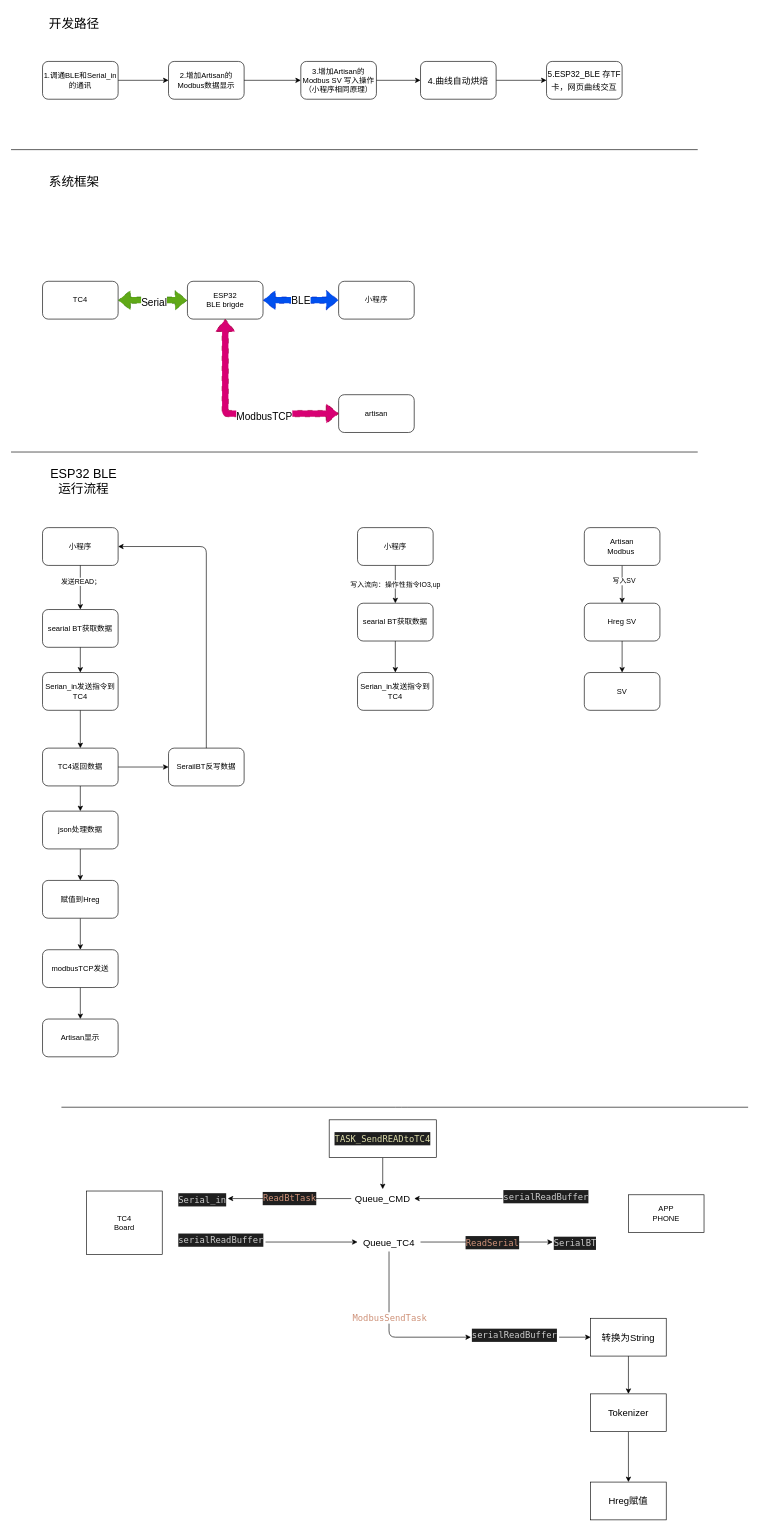
Before: src/flow.drawio in sakunamary/tc4-ble-brigde, a draw.io diagram. Source tidied: cells renumbered, new cells numbered last; positions are measured from the earlier drawing's top-left corner, leaving out a move shared by most shapes. Both pictures are drawn from the tidied source at 63%, with x=0, y=0 at pixel (11, 11).
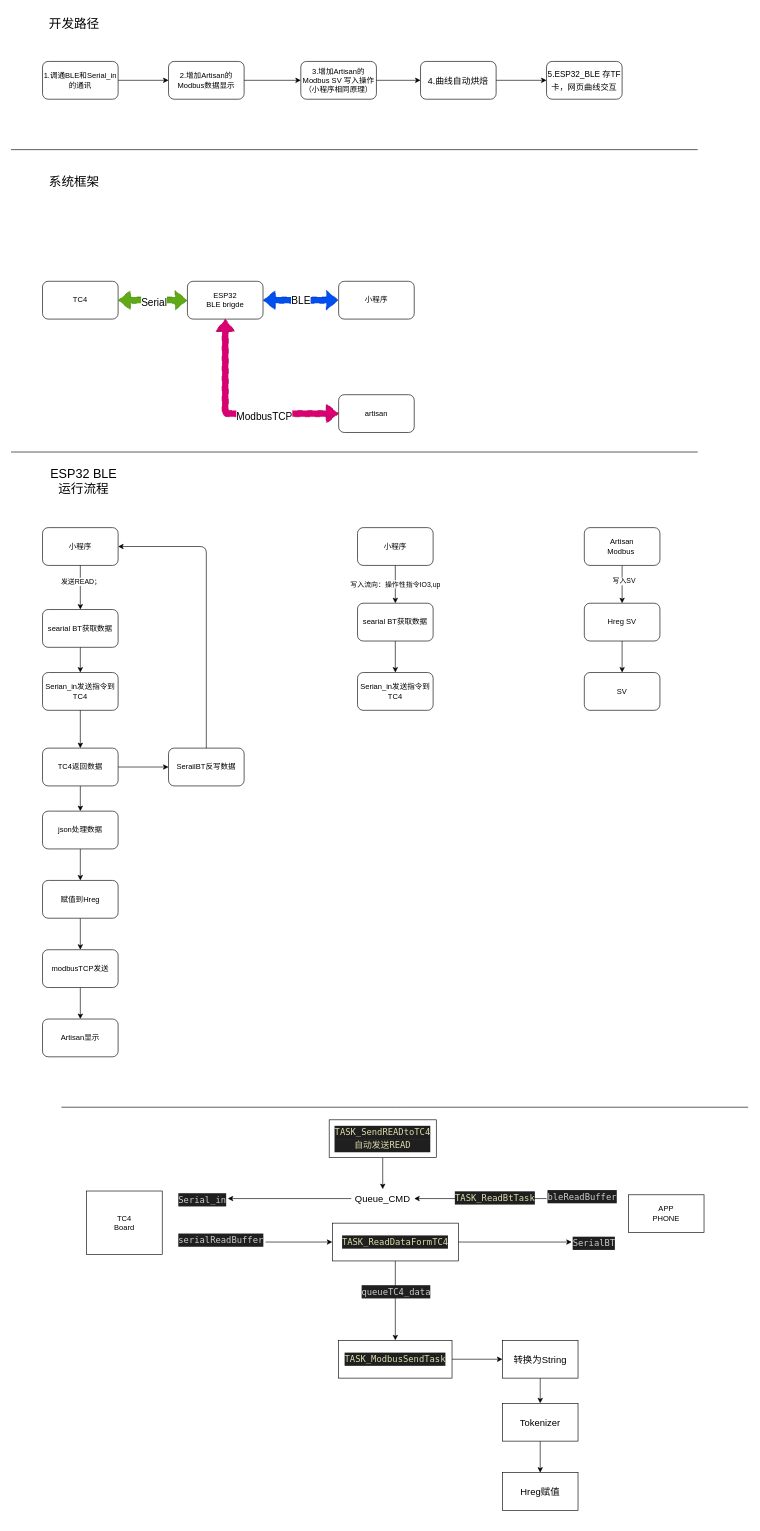
The same page after the edit.

Unchanged cells that the change refers to:
```xml
<mxCell id="61" value="&lt;div style=&quot;color: rgb(204, 204, 204); background-color: rgb(31, 31, 31); font-family: Menlo, Menlo, Menlo, Menlo, Monaco, &amp;quot;Courier New&amp;quot;, monospace; font-weight: normal; font-size: 14px; line-height: 21px;&quot;&gt;&lt;div&gt;&lt;span style=&quot;color: #cccccc;&quot;&gt;serialReadBuffer&lt;/span&gt;&lt;/div&gt;&lt;/div&gt;" style="text;whiteSpace=wrap;html=1;" parent="1" vertex="1">
  <mxGeometry x="264" y="1934" width="140" height="40" as="geometry" />
</mxCell>
<mxCell id="64" value="&lt;font style=&quot;font-size: 15px;&quot;&gt;Queue_CMD&lt;br&gt;&lt;/font&gt;" style="text;strokeColor=none;align=center;fillColor=none;html=1;verticalAlign=middle;whiteSpace=wrap;rounded=0;" parent="1" vertex="1">
  <mxGeometry x="540" y="1870" width="100" height="30" as="geometry" />
</mxCell>
<mxCell id="65" style="edgeStyle=none;html=1;entryX=1;entryY=0.5;entryDx=0;entryDy=0;fontSize=15;exitX=0;exitY=0.5;exitDx=0;exitDy=0;" parent="1" edge="1" source="66" target="64">
  <mxGeometry relative="1" as="geometry" />
</mxCell>
<mxCell id="67" value="&lt;div style=&quot;color: rgb(204, 204, 204); background-color: rgb(31, 31, 31); font-family: Menlo, Menlo, Menlo, Menlo, Monaco, &amp;quot;Courier New&amp;quot;, monospace; font-weight: normal; font-size: 14px; line-height: 21px;&quot;&gt;&lt;div&gt;&lt;span style=&quot;color: #cccccc;&quot;&gt;Serial_in&lt;/span&gt;&lt;/div&gt;&lt;/div&gt;" style="text;whiteSpace=wrap;html=1;" parent="1" vertex="1">
  <mxGeometry x="264" y="1870" width="80" height="30" as="geometry" />
</mxCell>
```

Change to the diagram source:
```diff
@@
-    <mxCell id="55" style="edgeStyle=none;html=1;exitX=1;exitY=0.5;exitDx=0;exitDy=0;fontSize=15;entryX=0;entryY=0.5;entryDx=0;entryDy=0;" parent="1" edge="1" source="59" target="62">
-      <mxGeometry relative="1" as="geometry" />
-    </mxCell>
-    <mxCell id="56" value="&lt;div style=&quot;color: rgb(204, 204, 204); background-color: rgb(31, 31, 31); font-family: Menlo, Menlo, Menlo, Menlo, Monaco, &amp;quot;Courier New&amp;quot;, monospace; font-size: 14px; line-height: 21px;&quot;&gt;&lt;span style=&quot;color: #ce9178;&quot;&gt;ReadSerial&lt;/span&gt;&lt;/div&gt;" style="edgeLabel;html=1;align=center;verticalAlign=middle;fontSize=15;" parent="55" vertex="1">
-      <mxGeometry x="0.08" relative="1" as="geometry" />
-    </mxCell>
-    <mxCell id="57" style="edgeStyle=none;html=1;exitX=0.5;exitY=1;exitDx=0;exitDy=0;fontSize=15;entryX=0;entryY=0.5;entryDx=0;entryDy=0;" parent="1" edge="1" source="59" target="69">
-      <mxGeometry relative="1" as="geometry">
-        <Array as="points">
-          <mxPoint x="600" y="2105" />
-        </Array>
-      </mxGeometry>
-    </mxCell>
-    <mxCell id="58" value="&lt;span style=&quot;font-family: Menlo, Menlo, Menlo, Menlo, Monaco, &amp;quot;Courier New&amp;quot;, monospace; font-size: 14px; color: rgb(206, 145, 120);&quot;&gt;ModbusSendTask&lt;/span&gt;" style="edgeLabel;html=1;align=center;verticalAlign=middle;fontSize=15;" parent="57" vertex="1">
-      <mxGeometry x="-0.22" relative="1" as="geometry" />
-    </mxCell>
-    <mxCell id="59" value="&lt;font style=&quot;font-size: 15px;&quot;&gt;Queue_TC4&lt;/font&gt;" style="text;strokeColor=none;align=center;fillColor=none;html=1;verticalAlign=middle;whiteSpace=wrap;rounded=0;" parent="1" vertex="1">
-      <mxGeometry x="550" y="1939" width="100" height="30" as="geometry" />
-    </mxCell>
-    <mxCell id="60" style="edgeStyle=none;html=1;exitX=1;exitY=0.5;exitDx=0;exitDy=0;entryX=0;entryY=0.5;entryDx=0;entryDy=0;" parent="1" edge="1" source="61" target="59">
-      <mxGeometry relative="1" as="geometry" />
-    </mxCell>
+    <mxCell id="80" style="edgeStyle=none;html=1;exitX=1;exitY=0.5;exitDx=0;exitDy=0;entryX=0;entryY=0.5;entryDx=0;entryDy=0;" parent="1" edge="1" source="61" target="85">
+      <mxGeometry relative="1" as="geometry" />
+    </mxCell>
@@
     <mxCell id="62" value="&lt;div style=&quot;color: rgb(204, 204, 204); background-color: rgb(31, 31, 31); font-family: Menlo, Menlo, Menlo, Menlo, Monaco, &amp;quot;Courier New&amp;quot;, monospace; font-weight: normal; font-size: 14px; line-height: 21px;&quot;&gt;&lt;div&gt;&lt;span style=&quot;color: #cccccc;&quot;&gt;SerialBT&lt;/span&gt;&lt;/div&gt;&lt;/div&gt;" style="text;whiteSpace=wrap;html=1;" parent="1" vertex="1">
-      <mxGeometry x="860" y="1939" width="80" height="30" as="geometry" />
+      <mxGeometry x="890" y="1939" width="80" height="30" as="geometry" />
     </mxCell>
-    <mxCell id="63" value="&lt;div style=&quot;color: rgb(204, 204, 204); background-color: rgb(31, 31, 31); font-family: Menlo, Menlo, Menlo, Menlo, Monaco, &amp;quot;Courier New&amp;quot;, monospace; font-size: 14px; line-height: 21px;&quot;&gt;&lt;span style=&quot;color: #ce9178;&quot;&gt;ReadBtTask&lt;/span&gt;&lt;/div&gt;" style="edgeStyle=none;html=1;exitX=0;exitY=0.5;exitDx=0;exitDy=0;entryX=1;entryY=0.5;entryDx=0;entryDy=0;fontSize=15;" parent="1" edge="1" source="64" target="67">
+    <mxCell id="63" value="&lt;div style=&quot;color: rgb(204, 204, 204); background-color: rgb(31, 31, 31); font-family: Menlo, Menlo, Menlo, Menlo, Monaco, &amp;quot;Courier New&amp;quot;, monospace; font-size: 14px; line-height: 21px;&quot;&gt;&lt;br&gt;&lt;/div&gt;" style="edgeStyle=none;html=1;exitX=0;exitY=0.5;exitDx=0;exitDy=0;entryX=1;entryY=0.5;entryDx=0;entryDy=0;fontSize=15;" parent="1" edge="1" source="64" target="67">
       <mxGeometry relative="1" as="geometry" />
     </mxCell>
@@
+    <mxCell id="81" value="&lt;div style=&quot;color: rgb(204, 204, 204); background-color: rgb(31, 31, 31); font-family: Menlo, Menlo, Menlo, Menlo, Monaco, &amp;quot;Courier New&amp;quot;, monospace; font-size: 14px; line-height: 21px;&quot;&gt;&lt;span style=&quot;color: #dcdcaa;&quot;&gt;TASK_ReadBtTask&lt;/span&gt;&lt;/div&gt;" style="edgeLabel;html=1;align=center;verticalAlign=middle;" parent="65" vertex="1">
+      <mxGeometry x="-0.21" y="-2" relative="1" as="geometry" />
+    </mxCell>
-    <mxCell id="66" value="&lt;div style=&quot;color: rgb(204, 204, 204); background-color: rgb(31, 31, 31); font-family: Menlo, Menlo, Menlo, Menlo, Monaco, &amp;quot;Courier New&amp;quot;, monospace; font-weight: normal; font-size: 14px; line-height: 21px;&quot;&gt;&lt;div&gt;&lt;span style=&quot;color: #cccccc;&quot;&gt;serialReadBuffer&lt;/span&gt;&lt;/div&gt;&lt;/div&gt;" style="text;whiteSpace=wrap;html=1;fontSize=15;" parent="1" vertex="1">
-      <mxGeometry x="780" y="1865" width="150" height="40" as="geometry" />
+    <mxCell id="66" value="&lt;div style=&quot;color: rgb(204, 204, 204); background-color: rgb(31, 31, 31); font-family: Menlo, Menlo, Menlo, Menlo, Monaco, &amp;quot;Courier New&amp;quot;, monospace; font-weight: normal; font-size: 14px; line-height: 21px;&quot;&gt;&lt;div style=&quot;line-height: 21px;&quot;&gt;bleReadBuffer&lt;/div&gt;&lt;/div&gt;" style="text;whiteSpace=wrap;html=1;fontSize=15;" parent="1" vertex="1">
+      <mxGeometry x="850" y="1865" width="150" height="40" as="geometry" />
     </mxCell>
@@
-    <mxCell id="68" style="edgeStyle=none;html=1;exitX=1;exitY=0.5;exitDx=0;exitDy=0;entryX=0;entryY=0.5;entryDx=0;entryDy=0;fontSize=15;" parent="1" edge="1" source="69" target="71">
-      <mxGeometry relative="1" as="geometry" />
-    </mxCell>
-    <mxCell id="69" value="&lt;div style=&quot;color: rgb(204, 204, 204); background-color: rgb(31, 31, 31); font-family: Menlo, Menlo, Menlo, Menlo, Monaco, &amp;quot;Courier New&amp;quot;, monospace; font-weight: normal; font-size: 14px; line-height: 21px;&quot;&gt;&lt;div&gt;&lt;span style=&quot;color: #cccccc;&quot;&gt;serialReadBuffer&lt;/span&gt;&lt;/div&gt;&lt;/div&gt;" style="text;whiteSpace=wrap;html=1;" parent="1" vertex="1">
-      <mxGeometry x="730" y="2085" width="140" height="40" as="geometry" />
-    </mxCell>
@@
     <mxCell id="71" value="转换为String" style="whiteSpace=wrap;html=1;fontSize=15;" parent="1" vertex="1">
-      <mxGeometry x="920" y="2075" width="120" height="60" as="geometry" />
+      <mxGeometry x="780" y="2110" width="120" height="60" as="geometry" />
     </mxCell>
@@
     <mxCell id="73" value="Tokenizer" style="whiteSpace=wrap;html=1;fontSize=15;" parent="1" vertex="1">
-      <mxGeometry x="920" y="2195" width="120" height="60" as="geometry" />
+      <mxGeometry x="780" y="2210" width="120" height="60" as="geometry" />
     </mxCell>
@@
     <mxCell id="75" value="Hreg赋值" style="whiteSpace=wrap;html=1;fontSize=15;" parent="1" vertex="1">
-      <mxGeometry x="920" y="2335" width="120" height="60" as="geometry" />
+      <mxGeometry x="780" y="2320" width="120" height="60" as="geometry" />
     </mxCell>
@@
-    <mxCell id="77" value="&lt;div style=&quot;color: rgb(204, 204, 204); background-color: rgb(31, 31, 31); font-family: Menlo, Menlo, Menlo, Menlo, Monaco, &amp;quot;Courier New&amp;quot;, monospace; font-size: 14px; line-height: 21px;&quot;&gt;&lt;span style=&quot;color: #dcdcaa;&quot;&gt;TASK_SendREADtoTC4&lt;/span&gt;&lt;/div&gt;" style="rounded=0;whiteSpace=wrap;html=1;" parent="1" vertex="1">
+    <mxCell id="77" value="&lt;div style=&quot;color: rgb(204, 204, 204); background-color: rgb(31, 31, 31); font-family: Menlo, Menlo, Menlo, Menlo, Monaco, &amp;quot;Courier New&amp;quot;, monospace; font-size: 14px; line-height: 21px;&quot;&gt;&lt;span style=&quot;color: #dcdcaa;&quot;&gt;TASK_SendREADtoTC4&lt;/span&gt;&lt;/div&gt;&lt;div style=&quot;background-color: rgb(31, 31, 31); font-family: Menlo, Menlo, Menlo, Menlo, Monaco, &amp;quot;Courier New&amp;quot;, monospace; font-size: 14px; line-height: 21px;&quot;&gt;&lt;font color=&quot;#dcdcaa&quot;&gt;自动发送READ&lt;/font&gt;&lt;/div&gt;" style="rounded=0;whiteSpace=wrap;html=1;" parent="1" vertex="1">
       <mxGeometry x="505" y="1760" width="170" height="60" as="geometry" />
     </mxCell>
@@
+    <mxCell id="82" style="edgeStyle=none;html=1;exitX=1;exitY=0.5;exitDx=0;exitDy=0;" parent="1" edge="1" source="85" target="62">
+      <mxGeometry relative="1" as="geometry" />
+    </mxCell>
+    <mxCell id="83" style="edgeStyle=none;html=1;exitX=0.5;exitY=1;exitDx=0;exitDy=0;entryX=0.5;entryY=0;entryDx=0;entryDy=0;" parent="1" edge="1" source="85" target="87">
+      <mxGeometry relative="1" as="geometry" />
+    </mxCell>
+    <mxCell id="84" value="&lt;div style=&quot;color: rgb(204, 204, 204); background-color: rgb(31, 31, 31); font-family: Menlo, Menlo, Menlo, Menlo, Monaco, &amp;quot;Courier New&amp;quot;, monospace; font-size: 14px; line-height: 21px;&quot;&gt;queueTC4_data&lt;/div&gt;" style="edgeLabel;html=1;align=center;verticalAlign=middle;" parent="83" vertex="1">
+      <mxGeometry x="-0.24" relative="1" as="geometry" />
+    </mxCell>
+    <mxCell id="85" value="&lt;div style=&quot;color: rgb(204, 204, 204); background-color: rgb(31, 31, 31); font-family: Menlo, Menlo, Menlo, Menlo, Monaco, &amp;quot;Courier New&amp;quot;, monospace; font-weight: normal; font-size: 14px; line-height: 21px;&quot;&gt;&lt;div&gt;&lt;span style=&quot;color: #dcdcaa;&quot;&gt;TASK_ReadDataFormTC4&lt;/span&gt;&lt;/div&gt;&lt;/div&gt;" style="rounded=0;whiteSpace=wrap;html=1;" parent="1" vertex="1">
+      <mxGeometry x="510" y="1924" width="200" height="60" as="geometry" />
+    </mxCell>
+    <mxCell id="86" style="edgeStyle=none;html=1;exitX=1;exitY=0.5;exitDx=0;exitDy=0;entryX=0;entryY=0.5;entryDx=0;entryDy=0;" parent="1" edge="1" source="87" target="71">
+      <mxGeometry relative="1" as="geometry" />
+    </mxCell>
+    <mxCell id="87" value="&lt;div style=&quot;color: rgb(204, 204, 204); background-color: rgb(31, 31, 31); font-family: Menlo, Menlo, Menlo, Menlo, Monaco, &amp;quot;Courier New&amp;quot;, monospace; font-size: 14px; line-height: 21px;&quot;&gt;&lt;span style=&quot;color: #dcdcaa;&quot;&gt;TASK_ModbusSendTask&lt;/span&gt;&lt;/div&gt;" style="rounded=0;whiteSpace=wrap;html=1;" parent="1" vertex="1">
+      <mxGeometry x="520" y="2110" width="180" height="60" as="geometry" />
+    </mxCell>
```
